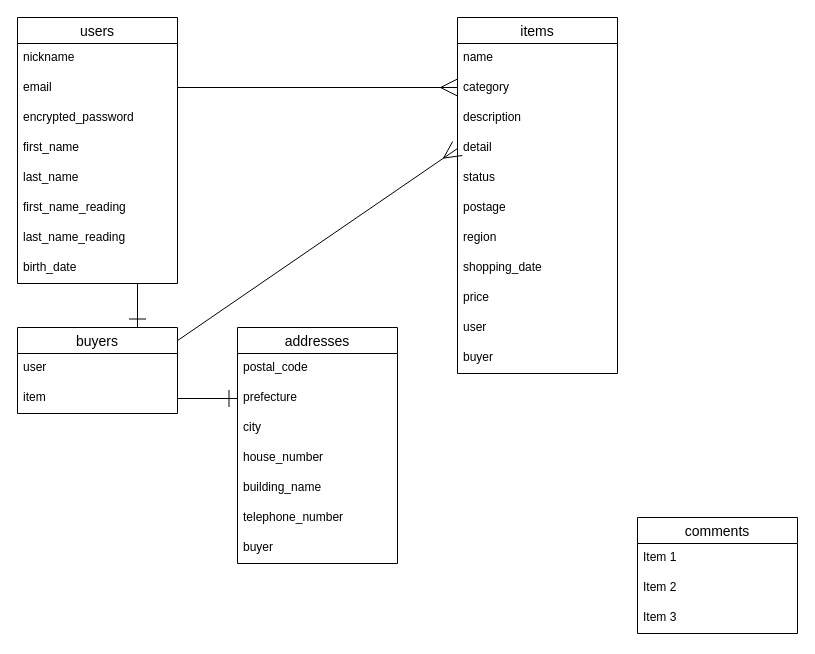
The draw.io diagram DB.dio in shioribb/furima-41755, before the edit. Source tidied: cells renumbered, new cells numbered last; positions are measured from the earlier drawing's top-left corner, leaving out a move shared by most shapes. Both pictures are drawn from the tidied source at 100%, with x=0, y=0 at pixel (17, 17).
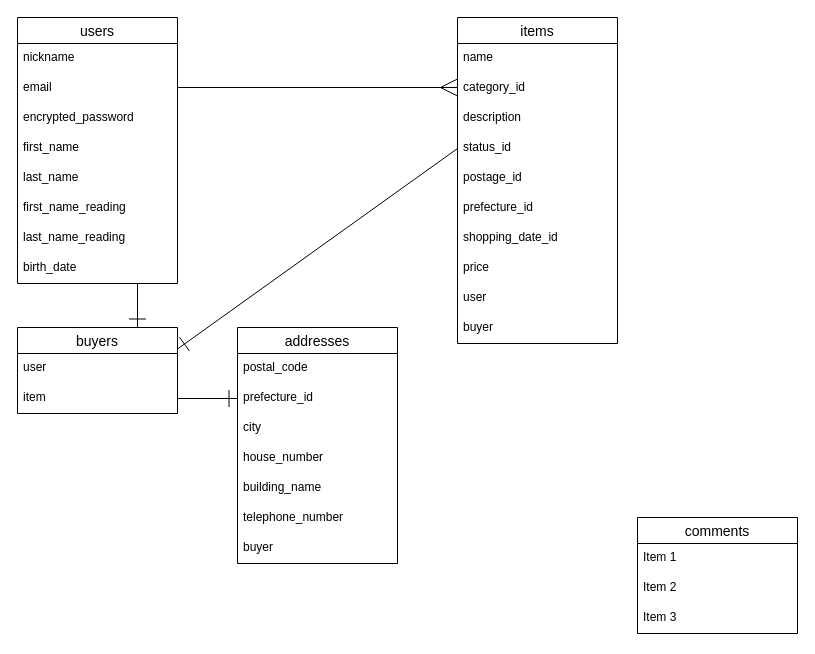
After the change.

Commit message (it also covers changes not shown here):
ER図・README修正

Unchanged cells that the change refers to:
```xml
<mxCell id="24" value="buyers" style="swimlane;fontStyle=0;horizontal=1;startSize=26;align=center;fontSize=14;" parent="1" vertex="1">
  <mxGeometry y="310" width="160" height="86" as="geometry" />
</mxCell>
<mxCell id="33" value="addresses" style="swimlane;fontStyle=0;horizontal=1;startSize=26;align=center;fontSize=14;" parent="1" vertex="1">
  <mxGeometry x="220" y="310" width="160" height="236" as="geometry" />
</mxCell>
```

What changed in the source:
```diff
@@
     <mxCell id="12" value="items" style="swimlane;fontStyle=0;horizontal=1;startSize=26;align=center;fontSize=14;" parent="1" vertex="1">
-      <mxGeometry x="440" width="160" height="356" as="geometry" />
+      <mxGeometry x="440" width="160" height="326" as="geometry" />
     </mxCell>
@@
-    <mxCell id="14" value="category" style="text;strokeColor=none;fillColor=none;spacingLeft=4;spacingRight=4;overflow=hidden;fontSize=12;whiteSpace=wrap;html=1;" parent="12" vertex="1">
+    <mxCell id="14" value="category_id" style="text;strokeColor=none;fillColor=none;spacingLeft=4;spacingRight=4;overflow=hidden;fontSize=12;whiteSpace=wrap;html=1;" parent="12" vertex="1">
       <mxGeometry y="56" width="160" height="30" as="geometry" />
     </mxCell>
@@
-    <mxCell id="16" value="detail" style="text;strokeColor=none;fillColor=none;spacingLeft=4;spacingRight=4;overflow=hidden;points=[[0,0.5],[1,0.5]];portConstraint=eastwest;fontSize=12;whiteSpace=wrap;html=1;" parent="12" vertex="1">
-      <mxGeometry y="116" width="160" height="30" as="geometry" />
-    </mxCell>
-    <mxCell id="17" value="status" style="text;strokeColor=none;fillColor=none;spacingLeft=4;spacingRight=4;overflow=hidden;points=[[0,0.5],[1,0.5]];portConstraint=eastwest;fontSize=12;whiteSpace=wrap;html=1;" parent="12" vertex="1">
-      <mxGeometry y="146" width="160" height="30" as="geometry" />
+    <mxCell id="17" value="status_id" style="text;strokeColor=none;fillColor=none;spacingLeft=4;spacingRight=4;overflow=hidden;points=[[0,0.5],[1,0.5]];portConstraint=eastwest;fontSize=12;whiteSpace=wrap;html=1;" parent="12" vertex="1">
+      <mxGeometry y="116" width="160" height="30" as="geometry" />
     </mxCell>
-    <mxCell id="18" value="postage" style="text;strokeColor=none;fillColor=none;spacingLeft=4;spacingRight=4;overflow=hidden;fontSize=12;whiteSpace=wrap;html=1;" parent="12" vertex="1">
-      <mxGeometry y="176" width="160" height="30" as="geometry" />
+    <mxCell id="18" value="postage_id" style="text;strokeColor=none;fillColor=none;spacingLeft=4;spacingRight=4;overflow=hidden;fontSize=12;whiteSpace=wrap;html=1;" parent="12" vertex="1">
+      <mxGeometry y="146" width="160" height="30" as="geometry" />
     </mxCell>
-    <mxCell id="19" value="region" style="text;strokeColor=none;fillColor=none;spacingLeft=4;spacingRight=4;overflow=hidden;fontSize=12;whiteSpace=wrap;html=1;" parent="12" vertex="1">
-      <mxGeometry y="206" width="160" height="30" as="geometry" />
+    <mxCell id="19" value="prefecture_id" style="text;strokeColor=none;fillColor=none;spacingLeft=4;spacingRight=4;overflow=hidden;fontSize=12;whiteSpace=wrap;html=1;" parent="12" vertex="1">
+      <mxGeometry y="176" width="160" height="30" as="geometry" />
     </mxCell>
-    <mxCell id="20" value="shopping_date" style="text;strokeColor=none;fillColor=none;spacingLeft=4;spacingRight=4;overflow=hidden;fontSize=12;whiteSpace=wrap;html=1;" parent="12" vertex="1">
-      <mxGeometry y="236" width="160" height="30" as="geometry" />
+    <mxCell id="20" value="shopping_date_id" style="text;strokeColor=none;fillColor=none;spacingLeft=4;spacingRight=4;overflow=hidden;fontSize=12;whiteSpace=wrap;html=1;" parent="12" vertex="1">
+      <mxGeometry y="206" width="160" height="30" as="geometry" />
     </mxCell>
     <mxCell id="21" value="price" style="text;strokeColor=none;fillColor=none;spacingLeft=4;spacingRight=4;overflow=hidden;fontSize=12;whiteSpace=wrap;html=1;" parent="12" vertex="1">
-      <mxGeometry y="266" width="160" height="30" as="geometry" />
+      <mxGeometry y="236" width="160" height="30" as="geometry" />
     </mxCell>
     <mxCell id="22" value="user" style="text;strokeColor=none;fillColor=none;spacingLeft=4;spacingRight=4;overflow=hidden;fontSize=12;whiteSpace=wrap;html=1;" parent="12" vertex="1">
-      <mxGeometry y="296" width="160" height="30" as="geometry" />
+      <mxGeometry y="266" width="160" height="30" as="geometry" />
     </mxCell>
     <mxCell id="23" value="buyer" style="text;strokeColor=none;fillColor=none;spacingLeft=4;spacingRight=4;overflow=hidden;fontSize=12;whiteSpace=wrap;html=1;" parent="12" vertex="1">
-      <mxGeometry y="326" width="160" height="30" as="geometry" />
+      <mxGeometry y="296" width="160" height="30" as="geometry" />
     </mxCell>
@@
-    <mxCell id="32" style="edgeStyle=none;html=1;exitX=1;exitY=0.25;exitDx=0;exitDy=0;entryX=0;entryY=0.5;entryDx=0;entryDy=0;endArrow=ERmany;endFill=0;endSize=15;sourcePerimeterSpacing=0;" parent="1" edge="1" target="16">
-      <mxGeometry relative="1" as="geometry">
-        <mxPoint x="160" y="323.1" as="sourcePoint" />
-      </mxGeometry>
-    </mxCell>
@@
-    <mxCell id="35" value="prefecture" style="text;strokeColor=none;fillColor=none;spacingLeft=4;spacingRight=4;overflow=hidden;points=[[0,0.5],[1,0.5]];portConstraint=eastwest;fontSize=12;whiteSpace=wrap;html=1;" parent="33" vertex="1">
+    <mxCell id="35" value="prefecture_id" style="text;strokeColor=none;fillColor=none;spacingLeft=4;spacingRight=4;overflow=hidden;points=[[0,0.5],[1,0.5]];portConstraint=eastwest;fontSize=12;whiteSpace=wrap;html=1;" parent="33" vertex="1">
       <mxGeometry y="56" width="160" height="30" as="geometry" />
     </mxCell>
@@
+    <mxCell id="42" style="edgeStyle=none;html=1;exitX=0;exitY=0.5;exitDx=0;exitDy=0;entryX=1;entryY=0.25;entryDx=0;entryDy=0;endSize=15;endArrow=ERone;endFill=0;" parent="1" edge="1" source="17" target="24">
+      <mxGeometry relative="1" as="geometry" />
+    </mxCell>
```
